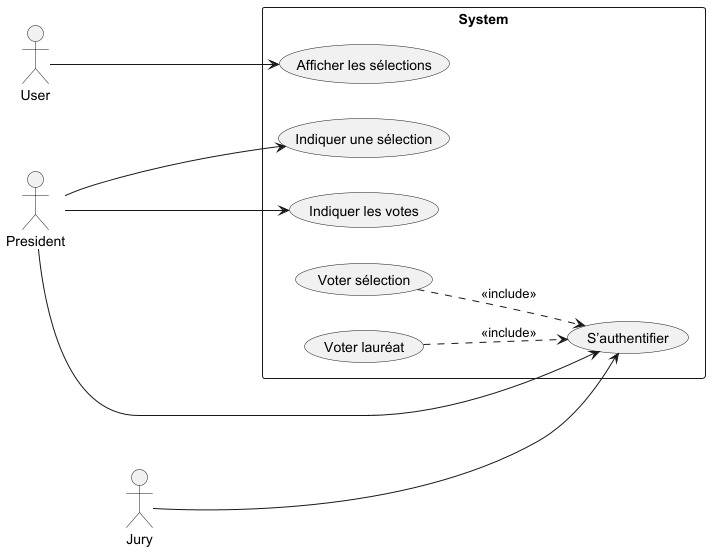
Before: doc/uml/1-use_case/goncourt-use_case.png, a diagram exported from PlantUML (john7440/Evaluation-Metier-Python).
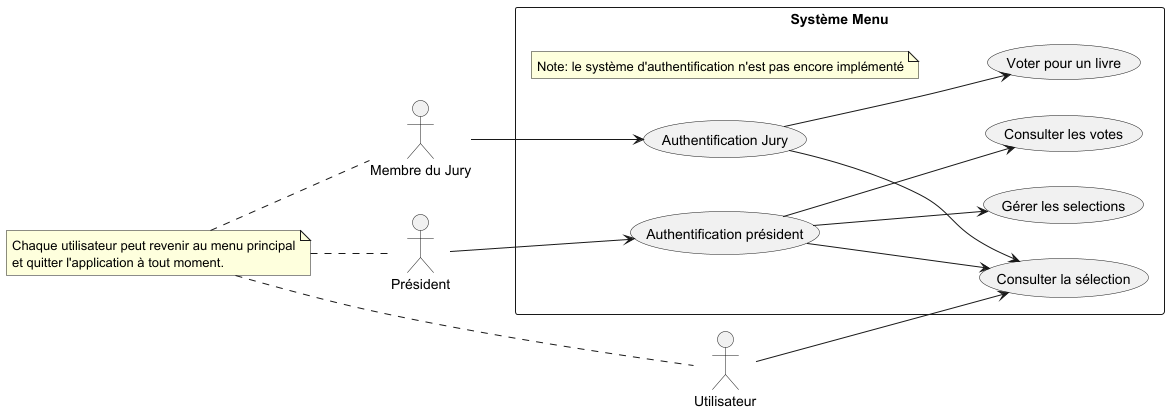
The same file after the commit.

Commit message:
modification du use case pour refléter le nouveau menu

The edit, as a diff of the source:
```diff
@@ -1,20 +1,38 @@
 @startuml
-
 left to right direction
 
-actor User as u
-actor President as p
-actor Jury as j
 
-rectangle System {
-  u ----> (Afficher les sélections)
-  p ----> (Indiquer une sélection)
-  p ----> (Indiquer les votes)
-  p ----> (S’authentifier)
-  j ----> (S’authentifier)
+actor "Membre du Jury" as jury
+actor Utilisateur as user
+actor Président as president
 
-  (Voter sélection) ..> (S’authentifier) : <<include>>
-  (Voter lauréat) ..> (S’authentifier) : <<include>>
+rectangle "Système Menu" {
+  note "Note: le système d'authentification n'est pas encore implémenté" as N2
+  usecase "Authentification Jury" as UC_auth_jury
+  usecase "Authentification président" as UC_auth
+
+  usecase "Consulter la sélection" as UC_consult
+
+  usecase "Voter pour un livre" as UC_vote
+
+  usecase "Gérer les selections" as UC_sel
+  usecase "Consulter les votes" as UC_show_votes
 }
 
+user --> UC_consult
+
+jury --> UC_auth_jury
+
+president --> UC_auth
+UC_auth --> UC_consult
+UC_auth --> UC_sel
+UC_auth --> UC_show_votes
+
+UC_auth_jury --> UC_vote
+UC_auth_jury --> UC_consult
+
+note "Chaque utilisateur peut revenir au menu principal\net quitter l'application à tout moment." as N1
+N1 .. user
+N1 .. jury
+N1 .. president
 @enduml
```
